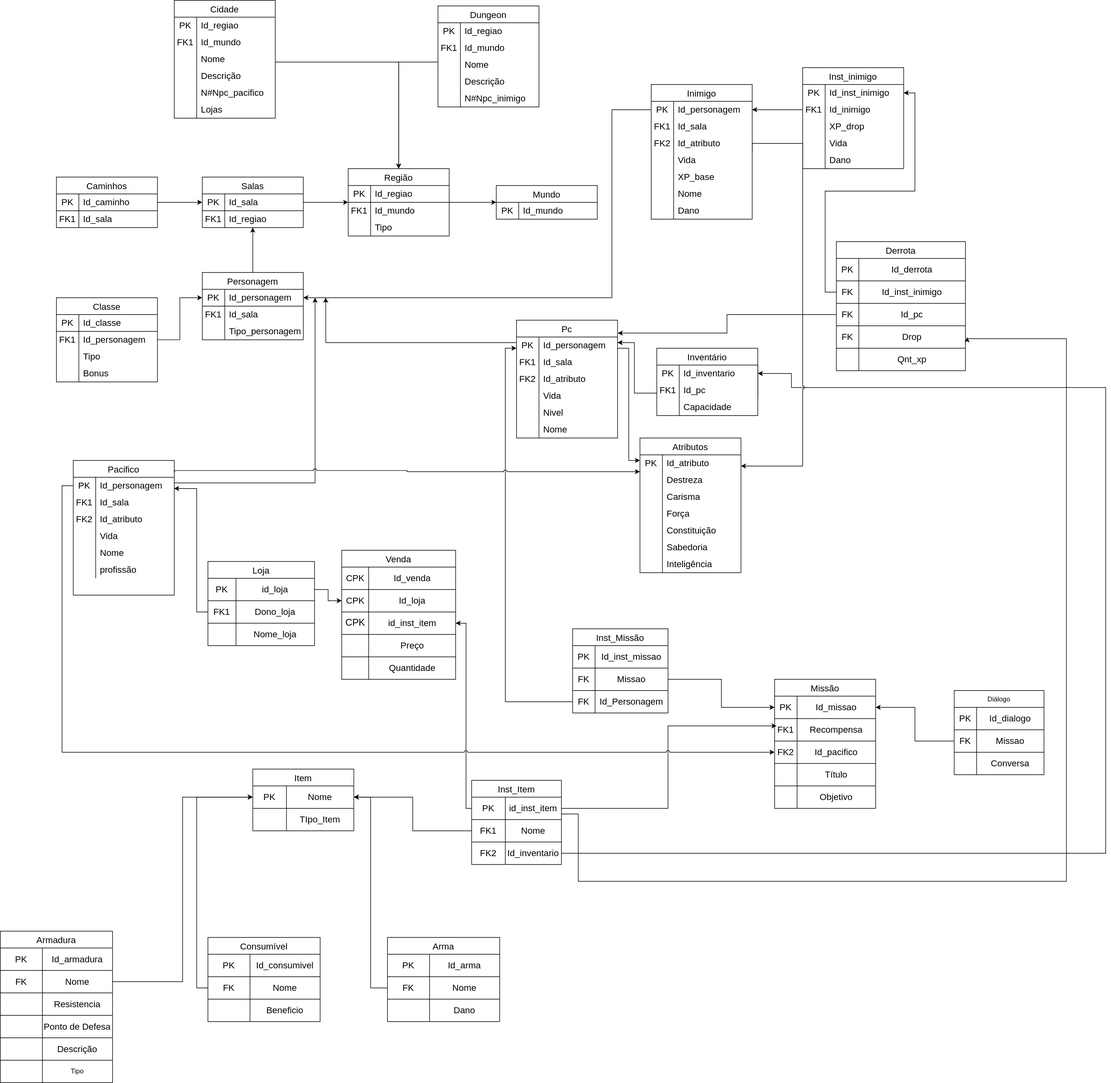
SBD1/2024.2-D-D-classico keeps this draw.io diagram as docs/modulo_01/MER.drawio.svg. Above is the earlier version. Source tidied: cells renumbered, new cells last; positions are measured from the earlier drawing's top-left corner, leaving out a move shared by most shapes.
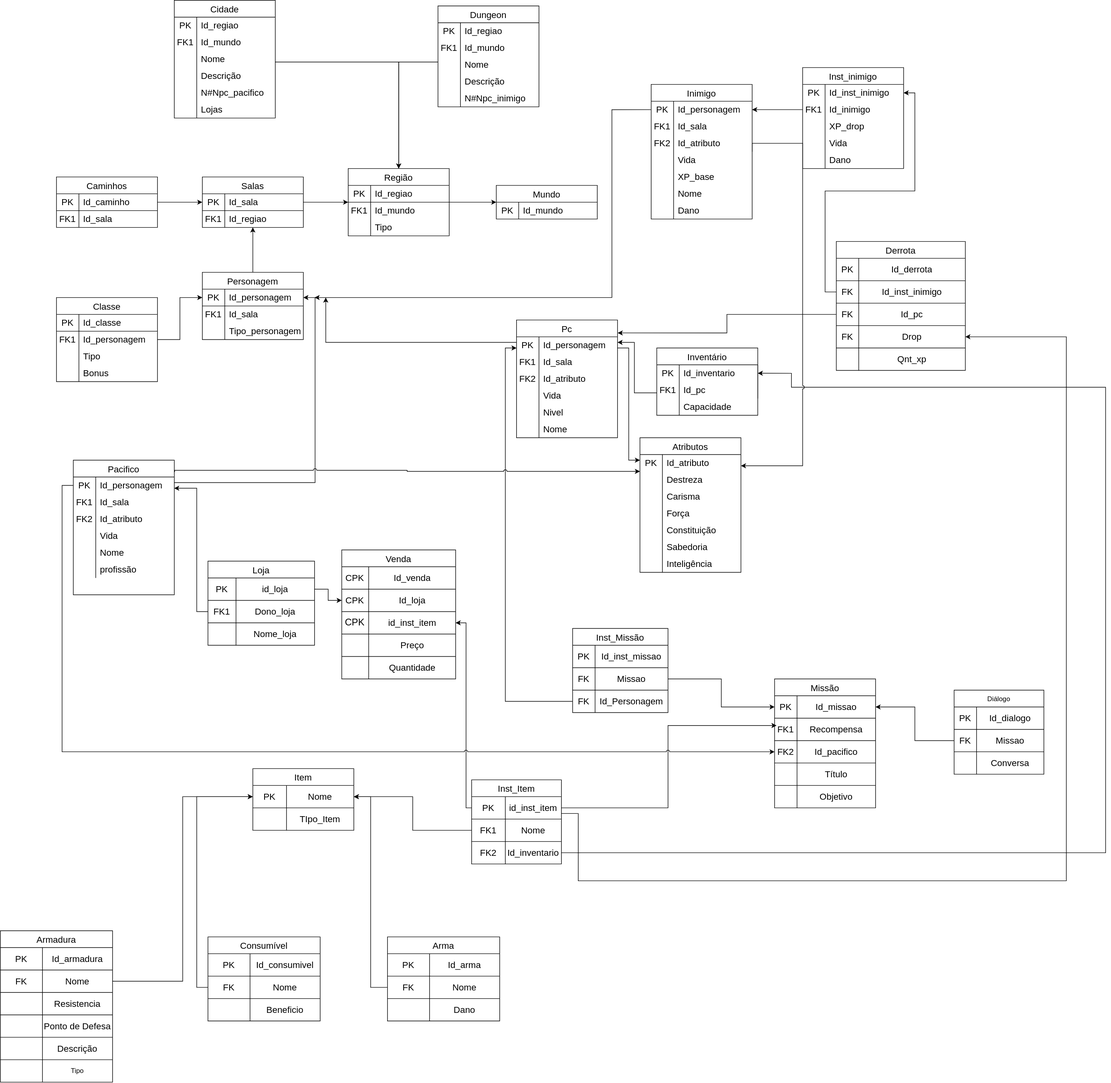
The same file after the commit.

Change to the diagram source:
```diff
@@ -453,13 +453,13 @@
     <mxCell id="145" value="&lt;font style=&quot;font-size: 16px;&quot;&gt;Qnt_xp&lt;br&gt;&lt;/font&gt;" style="shape=partialRectangle;html=1;whiteSpace=wrap;strokeColor=inherit;overflow=hidden;fillColor=none;top=0;left=0;bottom=0;right=0;" parent="143" vertex="1">
       <mxGeometry x="40" width="190" height="40" as="geometry" />
     </mxCell>
-    <mxCell id="146" style="edgeStyle=orthogonalEdgeStyle;rounded=0;jettySize=auto;html=1;jumpStyle=arc;entryX=1.014;entryY=0.513;entryDx=0;entryDy=0;entryPerimeter=0;" parent="1" edge="1" source="105" target="140">
+    <mxCell id="146" style="edgeStyle=orthogonalEdgeStyle;rounded=0;jettySize=auto;html=1;jumpStyle=arc;entryX=1;entryY=0.5;entryDx=0;entryDy=0;" parent="1" edge="1" source="105" target="140">
       <mxGeometry relative="1" as="geometry">
         <Array as="points">
           <mxPoint x="1030" y="1450" />
           <mxPoint x="1030" y="1570" />
           <mxPoint x="1900" y="1570" />
-          <mxPoint x="1900" y="603" />
+          <mxPoint x="1900" y="600" />
         </Array>
       </mxGeometry>
     </mxCell>
```
